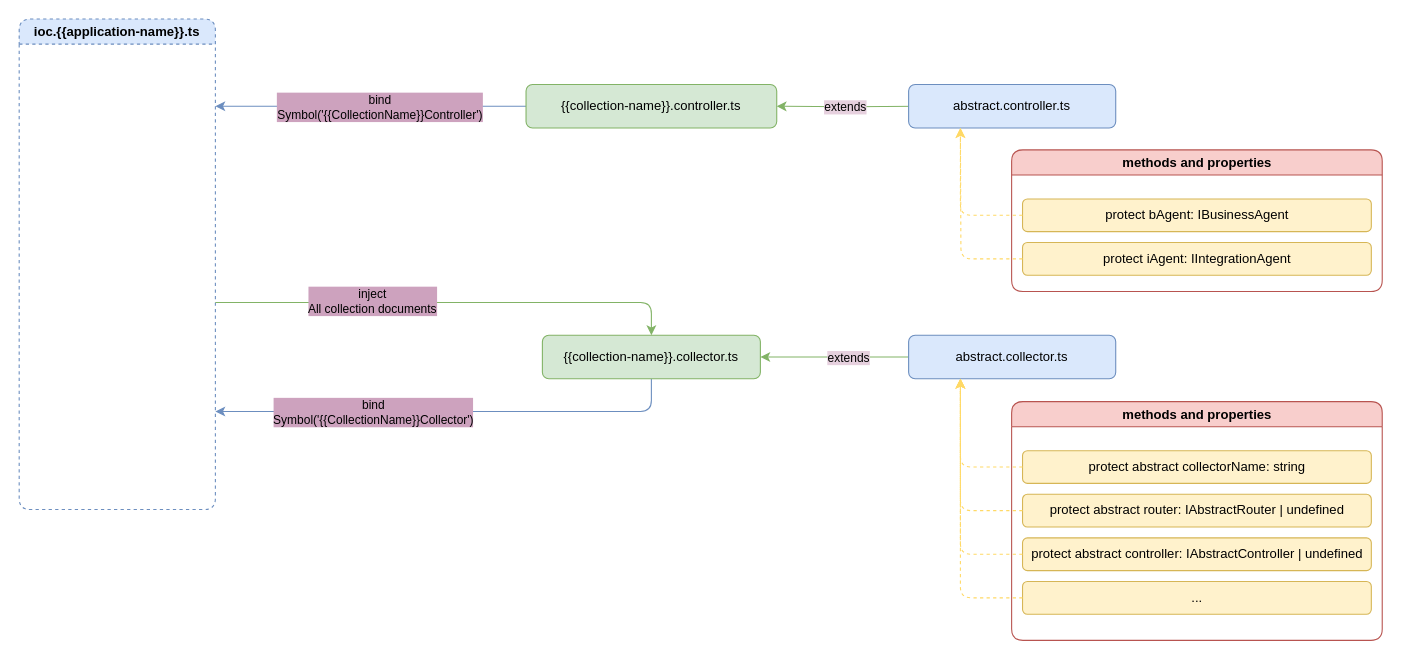
Earlier version of the draw.io diagram documentation/server-business-logic/documents-drawio/AbstractController.drawio (Avelate/avelate-documentation). Source tidied: cells renumbered, new cells numbered last; positions are measured from the earlier drawing's top-left corner, leaving out a move shared by most shapes. Both pictures are drawn from the tidied source at 109%, with x=0, y=0 at pixel (19, 19).
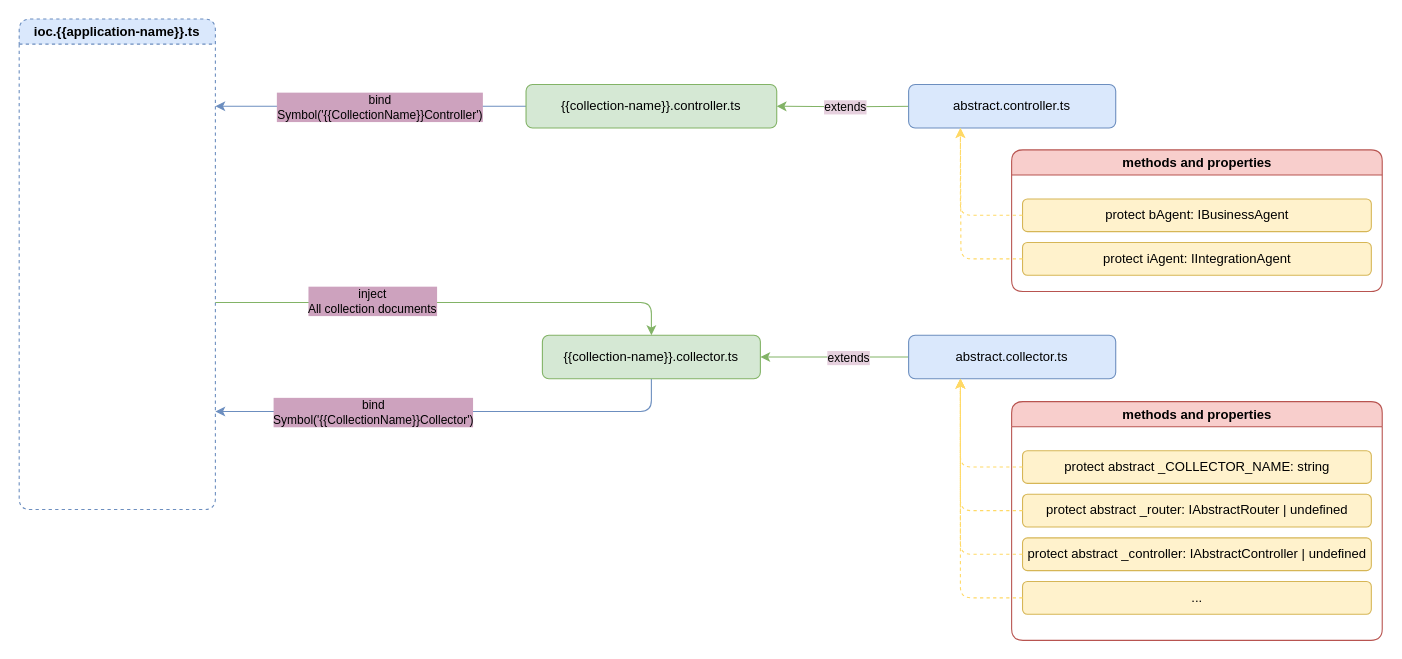
The same page after the edit.

The change refers to these unchanged cells:
```xml
<mxCell id="13" value="methods and properties" style="swimlane;whiteSpace=wrap;html=1;fillColor=#f8cecc;strokeColor=#b85450;rounded=1;" parent="1" vertex="1">
  <mxGeometry x="910.6" y="351" width="340" height="219" as="geometry" />
</mxCell>
```

Diff of the diagram source:
```diff
@@
-    <mxCell id="14" value="protect abstract collectorName: string" style="rounded=1;whiteSpace=wrap;html=1;fillColor=#fff2cc;strokeColor=#d6b656;" parent="13" vertex="1">
+    <mxCell id="14" value="protect abstract _COLLECTOR_NAME: string" style="rounded=1;whiteSpace=wrap;html=1;fillColor=#fff2cc;strokeColor=#d6b656;" parent="13" vertex="1">
       <mxGeometry x="10" y="45" width="320" height="30" as="geometry" />
     </mxCell>
-    <mxCell id="15" value="protect abstract router: IAbstractRouter | undefined" style="rounded=1;whiteSpace=wrap;html=1;fillColor=#fff2cc;strokeColor=#d6b656;" parent="13" vertex="1">
+    <mxCell id="15" value="protect abstract _router: IAbstractRouter | undefined" style="rounded=1;whiteSpace=wrap;html=1;fillColor=#fff2cc;strokeColor=#d6b656;" parent="13" vertex="1">
       <mxGeometry x="10" y="85" width="320" height="30" as="geometry" />
     </mxCell>
-    <mxCell id="16" value="protect abstract controller: IAbstractController | undefined" style="rounded=1;whiteSpace=wrap;html=1;fillColor=#fff2cc;strokeColor=#d6b656;" parent="13" vertex="1">
+    <mxCell id="16" value="protect abstract _controller: IAbstractController | undefined" style="rounded=1;whiteSpace=wrap;html=1;fillColor=#fff2cc;strokeColor=#d6b656;" parent="13" vertex="1">
       <mxGeometry x="10" y="125" width="320" height="30" as="geometry" />
     </mxCell>
```
